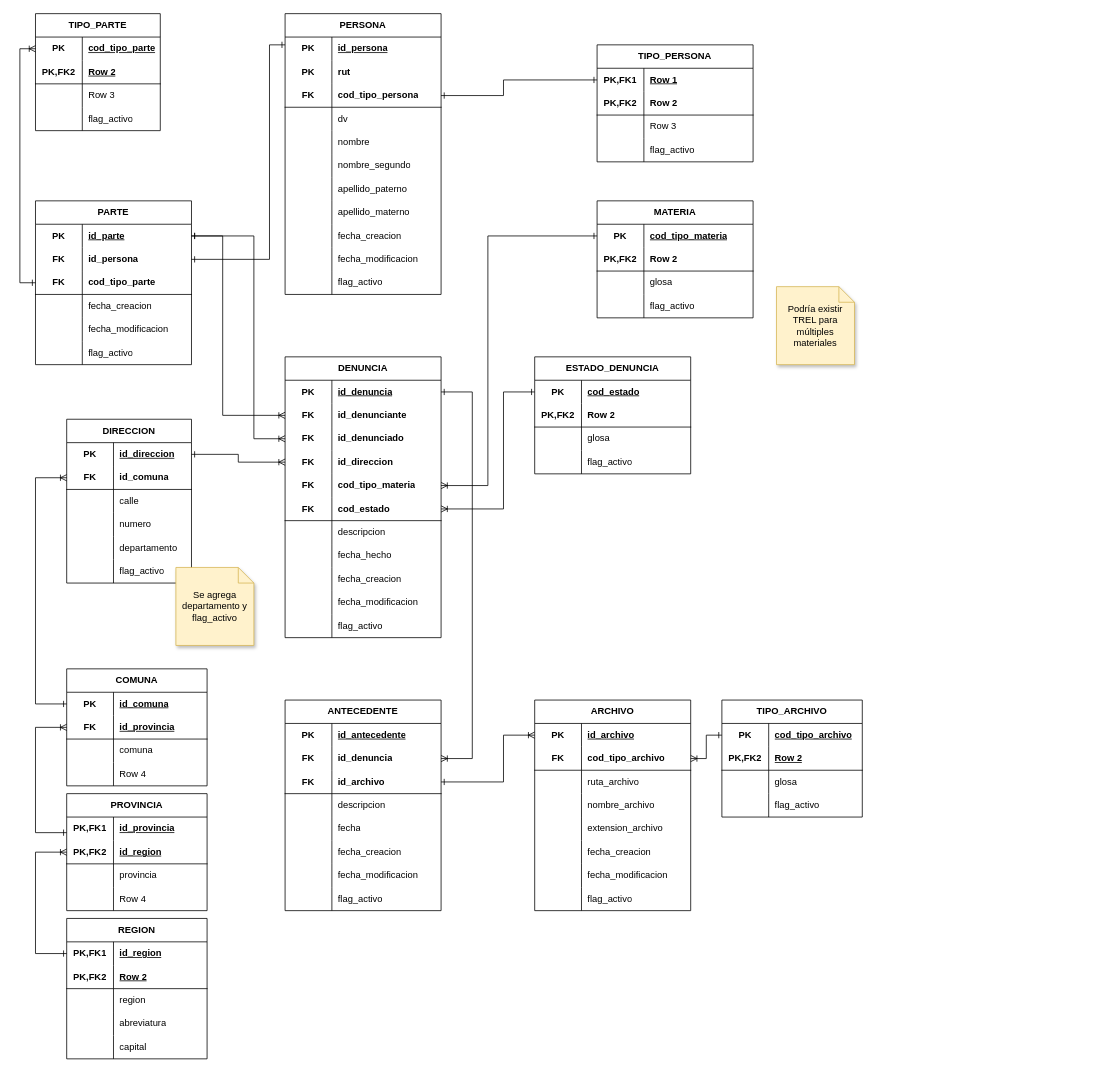
The draw.io diagram docs/Denuncias - ER.drawio in hernanBeiza/QuieroDenunciarAPI, before the edit. Source tidied: cells renumbered, new cells numbered last; positions are measured from the earlier drawing's top-left corner, leaving out a move shared by most shapes. Both pictures are drawn from the tidied source at 78%, with x=0, y=0 at pixel (20, 13).
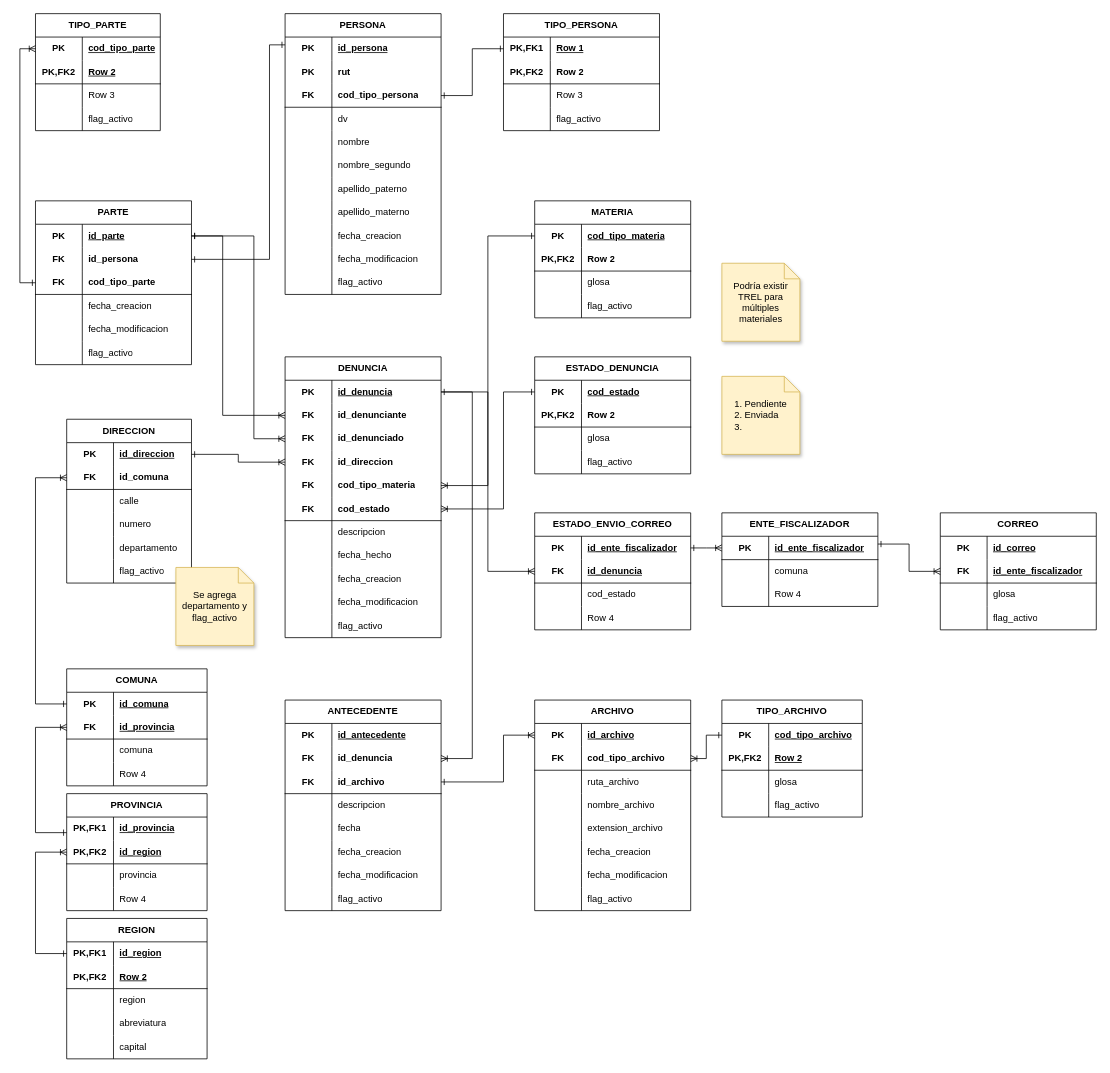
Above is the later version.

Unchanged cells that the change refers to:
```xml
<mxCell id="28" style="shape=tableRow;horizontal=0;startSize=0;swimlaneHead=0;swimlaneBody=0;fillColor=none;points=[[0,0.5],[1,0.5]];portConstraint=eastwest;top=0;left=0;right=0;bottom=1;html=1;" parent="21" vertex="1">
  <mxGeometry y="90" width="200" height="30" as="geometry" />
</mxCell>
<mxCell id="56" style="shape=tableRow;horizontal=0;startSize=0;swimlaneHead=0;swimlaneBody=0;fillColor=none;points=[[0,0.5],[1,0.5]];portConstraint=eastwest;top=0;left=0;right=0;bottom=0;html=1;" parent="55" vertex="1">
  <mxGeometry y="30" width="200" height="30" as="geometry" />
</mxCell>
<mxCell id="202" style="shape=tableRow;horizontal=0;startSize=0;swimlaneHead=0;swimlaneBody=0;fillColor=none;points=[[0,0.5],[1,0.5]];portConstraint=eastwest;top=0;left=0;right=0;bottom=0;html=1;" parent="201" vertex="1">
  <mxGeometry y="30" width="200" height="30" as="geometry" />
</mxCell>
```

What changed in the source:
```diff
@@
     <mxCell id="188" value="MATERIA" style="shape=table;startSize=30;childLayout=tableLayout;rowLines=0;fontStyle=1;align=center;html=1;whiteSpace=wrap;" parent="1" vertex="1">
-      <mxGeometry x="740" y="240" width="200" height="150" as="geometry" />
+      <mxGeometry x="660" y="240" width="200" height="150" as="geometry" />
     </mxCell>
@@
     <mxCell id="201" value="TIPO_PERSONA" style="shape=table;startSize=30;childLayout=tableLayout;rowLines=0;fontStyle=1;align=center;html=1;whiteSpace=wrap;" parent="1" vertex="1">
-      <mxGeometry x="740" y="40" width="200" height="150" as="geometry" />
+      <mxGeometry x="620" width="200" height="150" as="geometry" />
     </mxCell>
@@
     <mxCell id="255" style="edgeStyle=orthogonalEdgeStyle;rounded=0;jettySize=auto;html=1;exitX=1;exitY=0.5;exitDx=0;exitDy=0;startArrow=ERone;startFill=0;endArrow=ERone;endFill=0;" parent="1" edge="1" source="28" target="202">
       <mxGeometry relative="1" as="geometry">
         <Array as="points">
-          <mxPoint x="620" y="105" />
-          <mxPoint x="620" y="85" />
+          <mxPoint x="580" y="105" />
+          <mxPoint x="580" y="45" />
         </Array>
       </mxGeometry>
     </mxCell>
@@
-    <mxCell id="265" value="Podría existir TREL para múltiples materiales" style="shape=note;size=20;whiteSpace=wrap;html=1;fillColor=#fff2cc;strokeColor=#d6b656;shadow=1;" parent="1" vertex="1">
-      <mxGeometry x="970" y="350" width="100" height="100" as="geometry" />
+    <mxCell id="265" value="Podría existir TREL para múltiples materiales" style="shape=note;size=20;whiteSpace=wrap;html=1;shadow=1;fillColor=#fff2cc;strokeColor=#d6b656;" parent="1" vertex="1">
+      <mxGeometry x="900" y="320" width="100" height="100" as="geometry" />
     </mxCell>
@@
+    <mxCell id="281" value="ENTE_FISCALIZADOR" style="shape=table;startSize=30;childLayout=tableLayout;rowLines=0;fontStyle=1;align=center;html=1;whiteSpace=wrap;" parent="1" vertex="1">
+      <mxGeometry x="900" y="640" width="200" height="120" as="geometry" />
+    </mxCell>
+    <mxCell id="282" style="shape=tableRow;horizontal=0;startSize=0;swimlaneHead=0;swimlaneBody=0;fillColor=none;points=[[0,0.5],[1,0.5]];portConstraint=eastwest;top=0;left=0;right=0;bottom=1;html=1;" parent="281" vertex="1">
+      <mxGeometry y="30" width="200" height="30" as="geometry" />
+    </mxCell>
+    <mxCell id="283" value="PK" style="shape=partialRectangle;fillColor=none;top=0;left=0;bottom=0;right=0;fontStyle=1;overflow=hidden;html=1;whiteSpace=wrap;" parent="282" vertex="1">
+      <mxGeometry width="60" height="30" as="geometry" />
+    </mxCell>
+    <mxCell id="284" value="id_ente_fiscalizador" style="shape=partialRectangle;fillColor=none;top=0;left=0;bottom=0;right=0;align=left;spacingLeft=6;fontStyle=5;overflow=hidden;html=1;whiteSpace=wrap;" parent="282" vertex="1">
+      <mxGeometry x="60" width="140" height="30" as="geometry" />
+    </mxCell>
+    <mxCell id="285" style="shape=tableRow;horizontal=0;startSize=0;swimlaneHead=0;swimlaneBody=0;fillColor=none;top=0;left=0;right=0;bottom=0;html=1;" parent="281" vertex="1">
+      <mxGeometry y="60" width="200" height="30" as="geometry" />
+    </mxCell>
+    <mxCell id="286" style="shape=partialRectangle;fillColor=none;top=0;left=0;bottom=0;right=0;overflow=hidden;html=1;whiteSpace=wrap;" parent="285" vertex="1">
+      <mxGeometry width="60" height="30" as="geometry" />
+    </mxCell>
+    <mxCell id="287" value="comuna" style="shape=partialRectangle;fillColor=none;top=0;left=0;bottom=0;right=0;align=left;spacingLeft=6;overflow=hidden;html=1;whiteSpace=wrap;" parent="285" vertex="1">
+      <mxGeometry x="60" width="140" height="30" as="geometry" />
+    </mxCell>
+    <mxCell id="288" style="shape=tableRow;horizontal=0;startSize=0;swimlaneHead=0;swimlaneBody=0;fillColor=none;top=0;left=0;right=0;bottom=0;html=1;" parent="281" vertex="1">
+      <mxGeometry y="90" width="200" height="30" as="geometry" />
+    </mxCell>
+    <mxCell id="289" style="shape=partialRectangle;fillColor=none;top=0;left=0;bottom=0;right=0;overflow=hidden;html=1;whiteSpace=wrap;" parent="288" vertex="1">
+      <mxGeometry width="60" height="30" as="geometry" />
+    </mxCell>
+    <mxCell id="290" value="Row 4" style="shape=partialRectangle;fillColor=none;top=0;left=0;bottom=0;right=0;align=left;spacingLeft=6;overflow=hidden;html=1;whiteSpace=wrap;" parent="288" vertex="1">
+      <mxGeometry x="60" width="140" height="30" as="geometry" />
+    </mxCell>
+    <mxCell id="291" value="CORREO" style="shape=table;startSize=30;childLayout=tableLayout;rowLines=0;fontStyle=1;align=center;html=1;whiteSpace=wrap;" parent="1" vertex="1">
+      <mxGeometry x="1180" y="640" width="200" height="150" as="geometry" />
+    </mxCell>
+    <mxCell id="292" style="shape=tableRow;horizontal=0;startSize=0;swimlaneHead=0;swimlaneBody=0;fillColor=none;top=0;left=0;right=0;bottom=0;html=1;" parent="291" vertex="1">
+      <mxGeometry y="30" width="200" height="30" as="geometry" />
+    </mxCell>
+    <mxCell id="293" value="PK" style="shape=partialRectangle;fillColor=none;top=0;left=0;bottom=0;right=0;fontStyle=1;overflow=hidden;html=1;whiteSpace=wrap;" parent="292" vertex="1">
+      <mxGeometry width="60" height="30" as="geometry" />
+    </mxCell>
+    <mxCell id="294" value="id_correo" style="shape=partialRectangle;fillColor=none;top=0;left=0;bottom=0;right=0;align=left;spacingLeft=6;fontStyle=5;overflow=hidden;html=1;whiteSpace=wrap;" parent="292" vertex="1">
+      <mxGeometry x="60" width="140" height="30" as="geometry" />
+    </mxCell>
+    <mxCell id="295" style="shape=tableRow;horizontal=0;startSize=0;swimlaneHead=0;swimlaneBody=0;fillColor=none;points=[[0,0.5],[1,0.5]];portConstraint=eastwest;top=0;left=0;right=0;bottom=1;html=1;" parent="291" vertex="1">
+      <mxGeometry y="60" width="200" height="30" as="geometry" />
+    </mxCell>
+    <mxCell id="296" value="FK" style="shape=partialRectangle;fillColor=none;top=0;left=0;bottom=0;right=0;fontStyle=1;overflow=hidden;html=1;whiteSpace=wrap;" parent="295" vertex="1">
+      <mxGeometry width="60" height="30" as="geometry" />
+    </mxCell>
+    <mxCell id="297" value="id_ente_fiscalizador" style="shape=partialRectangle;fillColor=none;top=0;left=0;bottom=0;right=0;align=left;spacingLeft=6;fontStyle=5;overflow=hidden;html=1;whiteSpace=wrap;" parent="295" vertex="1">
+      <mxGeometry x="60" width="140" height="30" as="geometry" />
+    </mxCell>
+    <mxCell id="298" style="shape=tableRow;horizontal=0;startSize=0;swimlaneHead=0;swimlaneBody=0;fillColor=none;top=0;left=0;right=0;bottom=0;html=1;" parent="291" vertex="1">
+      <mxGeometry y="90" width="200" height="30" as="geometry" />
+    </mxCell>
+    <mxCell id="299" style="shape=partialRectangle;fillColor=none;top=0;left=0;bottom=0;right=0;overflow=hidden;html=1;whiteSpace=wrap;" parent="298" vertex="1">
+      <mxGeometry width="60" height="30" as="geometry" />
+    </mxCell>
+    <mxCell id="300" value="glosa" style="shape=partialRectangle;fillColor=none;top=0;left=0;bottom=0;right=0;align=left;spacingLeft=6;overflow=hidden;html=1;whiteSpace=wrap;" parent="298" vertex="1">
+      <mxGeometry x="60" width="140" height="30" as="geometry" />
+    </mxCell>
+    <mxCell id="301" style="shape=tableRow;horizontal=0;startSize=0;swimlaneHead=0;swimlaneBody=0;fillColor=none;top=0;left=0;right=0;bottom=0;html=1;" parent="291" vertex="1">
+      <mxGeometry y="120" width="200" height="30" as="geometry" />
+    </mxCell>
+    <mxCell id="302" style="shape=partialRectangle;fillColor=none;top=0;left=0;bottom=0;right=0;overflow=hidden;html=1;whiteSpace=wrap;" parent="301" vertex="1">
+      <mxGeometry width="60" height="30" as="geometry" />
+    </mxCell>
+    <mxCell id="303" value="flag_activo" style="shape=partialRectangle;fillColor=none;top=0;left=0;bottom=0;right=0;align=left;spacingLeft=6;overflow=hidden;html=1;whiteSpace=wrap;" parent="301" vertex="1">
+      <mxGeometry x="60" width="140" height="30" as="geometry" />
+    </mxCell>
+    <mxCell id="304" value="ESTADO_ENVIO_CORREO" style="shape=table;startSize=30;childLayout=tableLayout;rowLines=0;fontStyle=1;align=center;html=1;whiteSpace=wrap;" parent="1" vertex="1">
+      <mxGeometry x="660" y="640" width="200" height="150" as="geometry" />
+    </mxCell>
+    <mxCell id="305" style="shape=tableRow;horizontal=0;startSize=0;swimlaneHead=0;swimlaneBody=0;fillColor=none;points=[[0,0.5],[1,0.5]];portConstraint=eastwest;top=0;left=0;right=0;bottom=0;html=1;" parent="304" vertex="1">
+      <mxGeometry y="30" width="200" height="30" as="geometry" />
+    </mxCell>
+    <mxCell id="306" value="PK" style="shape=partialRectangle;fillColor=none;top=0;left=0;bottom=0;right=0;fontStyle=1;overflow=hidden;html=1;whiteSpace=wrap;" parent="305" vertex="1">
+      <mxGeometry width="60" height="30" as="geometry" />
+    </mxCell>
+    <mxCell id="307" value="id_ente_fiscalizador" style="shape=partialRectangle;fillColor=none;top=0;left=0;bottom=0;right=0;align=left;spacingLeft=6;fontStyle=5;overflow=hidden;html=1;whiteSpace=wrap;" parent="305" vertex="1">
+      <mxGeometry x="60" width="140" height="30" as="geometry" />
+    </mxCell>
+    <mxCell id="308" style="shape=tableRow;horizontal=0;startSize=0;swimlaneHead=0;swimlaneBody=0;fillColor=none;points=[[0,0.5],[1,0.5]];portConstraint=eastwest;top=0;left=0;right=0;bottom=1;html=1;" parent="304" vertex="1">
+      <mxGeometry y="60" width="200" height="30" as="geometry" />
+    </mxCell>
+    <mxCell id="309" value="FK" style="shape=partialRectangle;fillColor=none;top=0;left=0;bottom=0;right=0;fontStyle=1;overflow=hidden;html=1;whiteSpace=wrap;" parent="308" vertex="1">
+      <mxGeometry width="60" height="30" as="geometry" />
+    </mxCell>
+    <mxCell id="310" value="id_denuncia" style="shape=partialRectangle;fillColor=none;top=0;left=0;bottom=0;right=0;align=left;spacingLeft=6;fontStyle=5;overflow=hidden;html=1;whiteSpace=wrap;" parent="308" vertex="1">
+      <mxGeometry x="60" width="140" height="30" as="geometry" />
+    </mxCell>
+    <mxCell id="311" style="shape=tableRow;horizontal=0;startSize=0;swimlaneHead=0;swimlaneBody=0;fillColor=none;top=0;left=0;right=0;bottom=0;html=1;" parent="304" vertex="1">
+      <mxGeometry y="90" width="200" height="30" as="geometry" />
+    </mxCell>
+    <mxCell id="312" style="shape=partialRectangle;fillColor=none;top=0;left=0;bottom=0;right=0;overflow=hidden;html=1;whiteSpace=wrap;" parent="311" vertex="1">
+      <mxGeometry width="60" height="30" as="geometry" />
+    </mxCell>
+    <mxCell id="313" value="cod_estado" style="shape=partialRectangle;fillColor=none;top=0;left=0;bottom=0;right=0;align=left;spacingLeft=6;overflow=hidden;html=1;whiteSpace=wrap;" parent="311" vertex="1">
+      <mxGeometry x="60" width="140" height="30" as="geometry" />
+    </mxCell>
+    <mxCell id="314" style="shape=tableRow;horizontal=0;startSize=0;swimlaneHead=0;swimlaneBody=0;fillColor=none;top=0;left=0;right=0;bottom=0;html=1;" parent="304" vertex="1">
+      <mxGeometry y="120" width="200" height="30" as="geometry" />
+    </mxCell>
+    <mxCell id="315" style="shape=partialRectangle;fillColor=none;top=0;left=0;bottom=0;right=0;overflow=hidden;html=1;whiteSpace=wrap;" parent="314" vertex="1">
+      <mxGeometry width="60" height="30" as="geometry" />
+    </mxCell>
+    <mxCell id="316" value="Row 4" style="shape=partialRectangle;fillColor=none;top=0;left=0;bottom=0;right=0;align=left;spacingLeft=6;overflow=hidden;html=1;whiteSpace=wrap;" parent="314" vertex="1">
+      <mxGeometry x="60" width="140" height="30" as="geometry" />
+    </mxCell>
+    <mxCell id="317" style="edgeStyle=orthogonalEdgeStyle;rounded=0;jettySize=auto;html=1;exitX=1;exitY=0.5;exitDx=0;exitDy=0;endArrow=ERoneToMany;endFill=0;startArrow=ERone;startFill=0;" parent="1" edge="1" source="305">
+      <mxGeometry relative="1" as="geometry">
+        <mxPoint x="900" y="685" as="targetPoint" />
+      </mxGeometry>
+    </mxCell>
+    <mxCell id="318" style="edgeStyle=orthogonalEdgeStyle;rounded=0;jettySize=auto;html=1;endArrow=ERoneToMany;endFill=0;startArrow=ERone;startFill=0;" parent="1" edge="1" source="282" target="295">
+      <mxGeometry relative="1" as="geometry">
+        <Array as="points">
+          <mxPoint x="1140" y="680" />
+          <mxPoint x="1140" y="715" />
+        </Array>
+      </mxGeometry>
+    </mxCell>
+    <mxCell id="319" style="edgeStyle=orthogonalEdgeStyle;rounded=0;jettySize=auto;html=1;exitX=1;exitY=0.5;exitDx=0;exitDy=0;endArrow=ERoneToMany;endFill=0;" parent="1" edge="1" source="56" target="308">
+      <mxGeometry relative="1" as="geometry" />
+    </mxCell>
+    <mxCell id="320" value="&lt;div style=&quot;text-align: left;&quot;&gt;&lt;span style=&quot;background-color: initial;&quot;&gt;1. &lt;/span&gt;&lt;span style=&quot;background-color: initial;&quot;&gt;Pendiente&lt;/span&gt;&lt;/div&gt;&lt;div style=&quot;text-align: left;&quot;&gt;&lt;span style=&quot;background-color: initial;&quot;&gt;2. Enviada&lt;/span&gt;&lt;/div&gt;&lt;div style=&quot;text-align: left;&quot;&gt;&lt;span style=&quot;background-color: initial;&quot;&gt;3.&amp;nbsp;&lt;/span&gt;&lt;/div&gt;" style="shape=note;size=20;whiteSpace=wrap;html=1;shadow=1;fillColor=#fff2cc;strokeColor=#d6b656;" parent="1" vertex="1">
+      <mxGeometry x="900" y="465" width="100" height="100" as="geometry" />
+    </mxCell>
```
